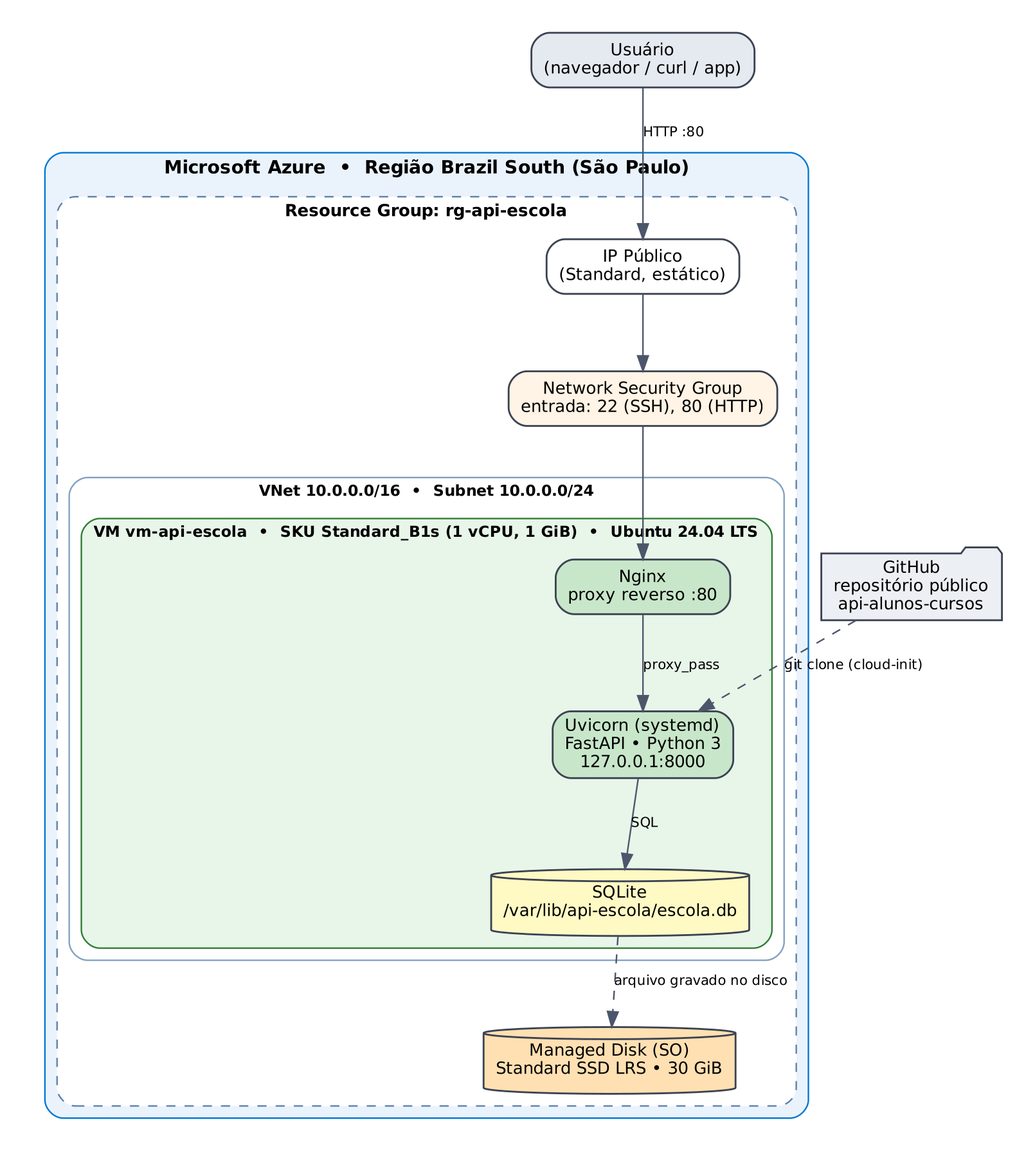
Before: docs/diagramas/arquitetura_vertical.png, a diagram exported from Graphviz (RenesFernandes7366/api-alunos). Its source is kept beside it as docs/diagramas/arquitetura_vertical.dot.
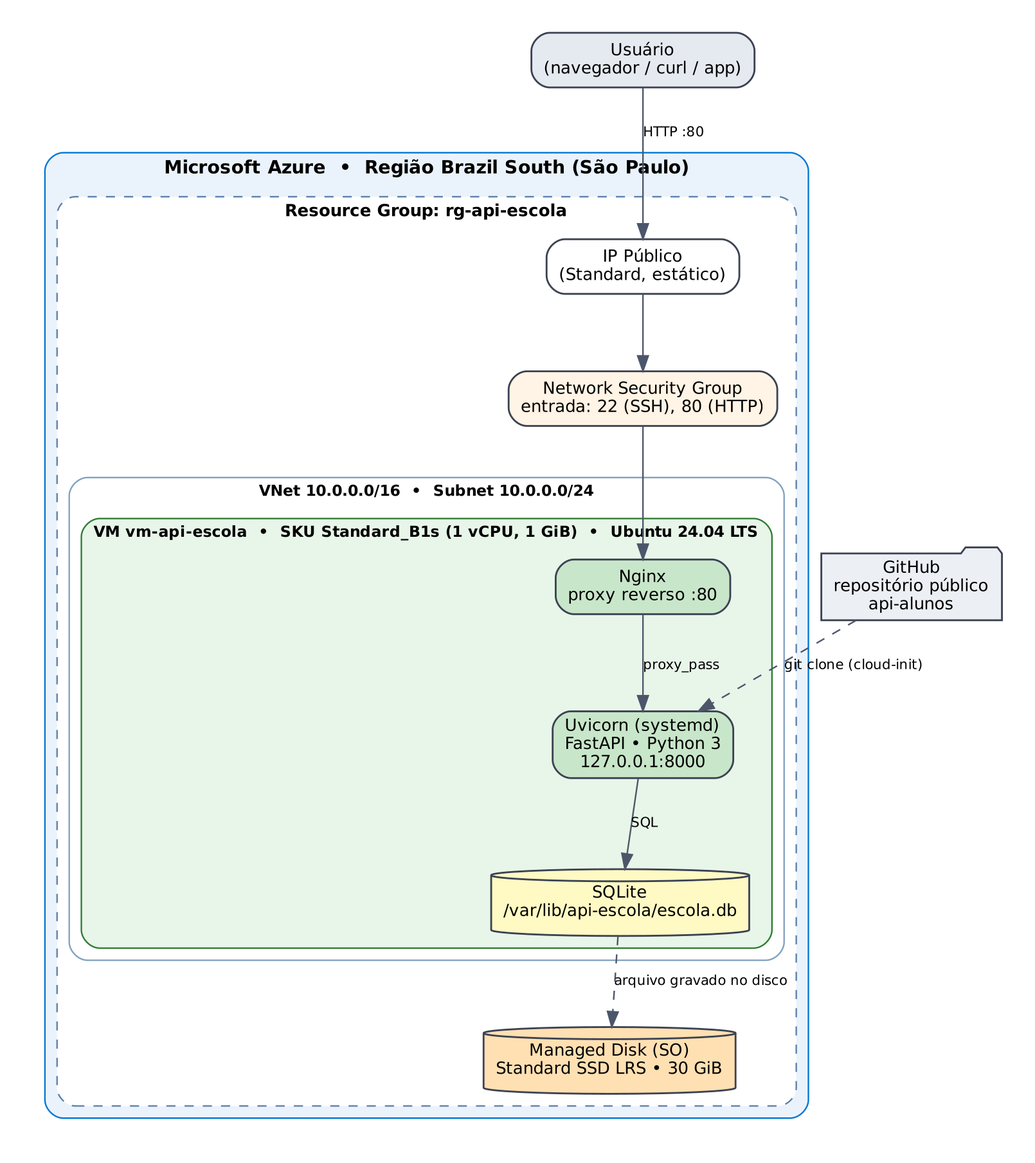
After the commit.

Commit message:
Aponta para o repositório RenesFernandes7366/api-alunos

The edit, as a diff of the source:
```diff
@@ -3,7 +3,7 @@
   node [shape=box style="rounded,filled" fontname="DejaVu Sans" fontsize=11 color="#3b4252" penwidth=1.2];
   edge [fontname="DejaVu Sans" fontsize=9 color="#4c566a"];
   user [label="Usuário\n(navegador / curl / app)" fillcolor="#e5e9f0"];
-  gh [label="GitHub\nrepositório público\napi-alunos-cursos" fillcolor="#eceff4" shape=folder];
+  gh [label="GitHub\nrepositório público\napi-alunos" fillcolor="#eceff4" shape=folder];
   subgraph cluster_az { label="Microsoft Azure  •  Região Brazil South (São Paulo)"; fontname="DejaVu Sans Bold"; fontsize=12; style="rounded,filled"; fillcolor="#eaf3fc"; color="#0078d4";
     subgraph cluster_rg { label="Resource Group: rg-api-escola"; style="rounded,dashed"; fillcolor="#f5f9fe"; color="#5e81ac"; fontsize=11;
       ip [label="IP Público\n(Standard, estático)" fillcolor="#ffffff"];
```
